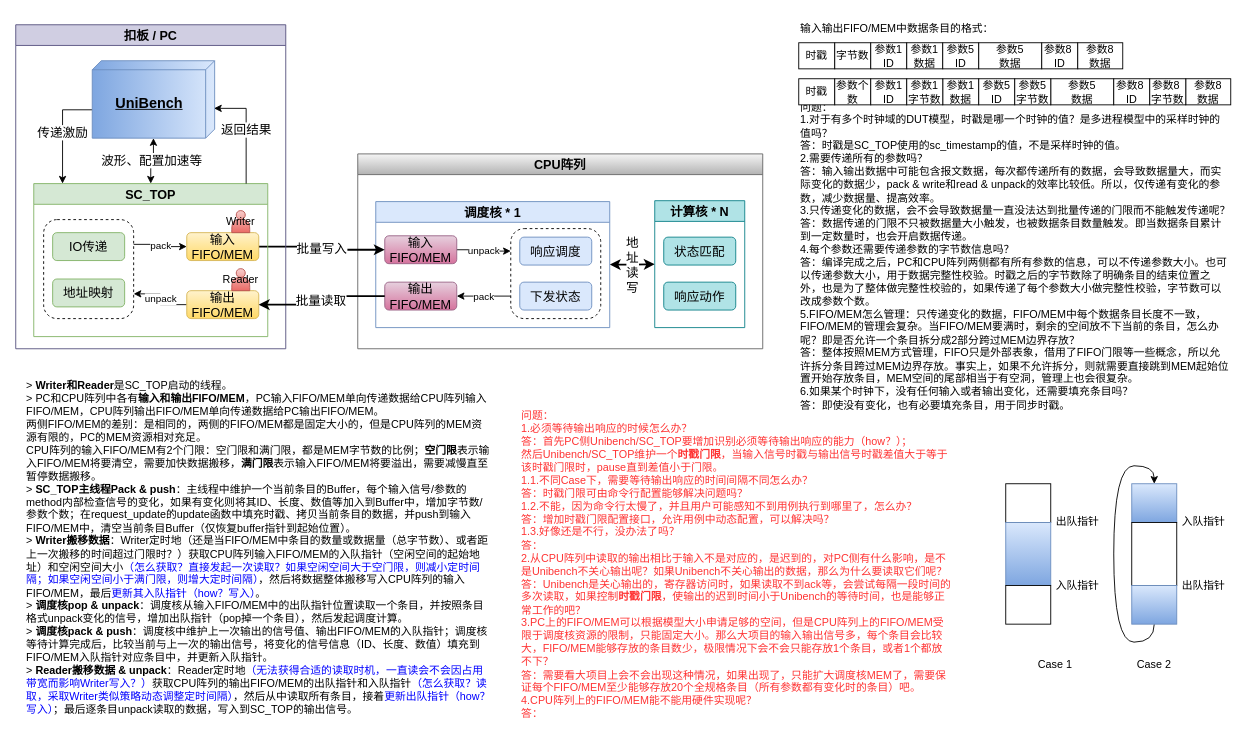
This is page "异步通信" (2 of 2) of verilator_digrams/aync_comm.drawio from Dercury/CLDK, a draw.io file, before an edit. Source tidied: cells renumbered, new cells numbered last; positions are measured from the earlier drawing's top-left corner, leaving out a move shared by most shapes. Both pictures are drawn from the tidied source at 90%, with x=0, y=0 at pixel (15, 15).
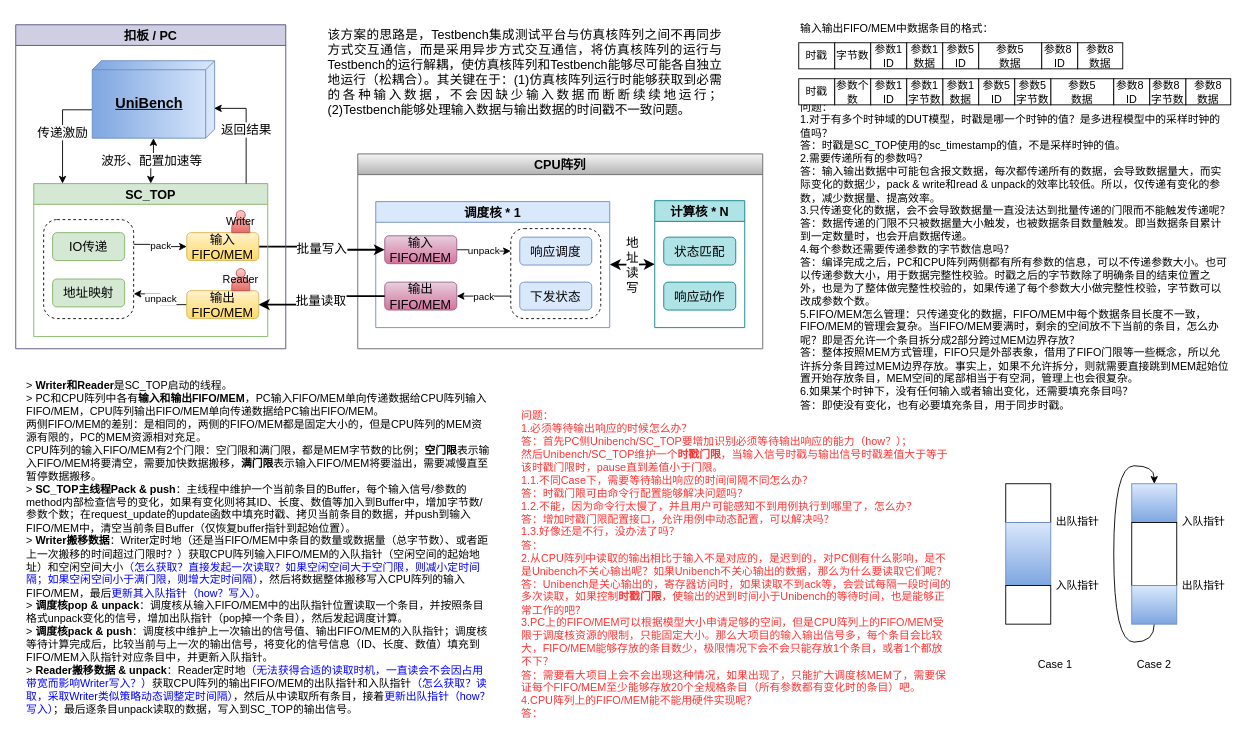
Above is the later version.

The edit, as a diff of the source:
```diff
@@
+    <mxCell id="75" value="&lt;div style=&quot;text-align: justify; font-size: 14px;&quot;&gt;&lt;span style=&quot;background-color: initial; font-size: 14px;&quot;&gt;&lt;font style=&quot;font-size: 14px;&quot; face=&quot;宋体&quot;&gt;该方案的思路是，Testbench集成测试平台与仿真核阵列之间不再同步方式交互通信，而是采用异步方式交互通信，将仿真核阵列的运行与Testbench的运行解耦，使仿真核阵列和Testbench能够尽可能各自独立地运行（松耦合）。其关键在于：(1)仿真核阵列运行时能够获取到必需的各种输入数据，不会因缺少输入数据而断断续续地运行；(2)Testbench能够处理输入数据与输出数据的时间戳不一致问题。&lt;/font&gt;&lt;/span&gt;&lt;/div&gt;" style="text;whiteSpace=wrap;html=1;fontSize=14;" parent="1" vertex="1">
+      <mxGeometry x="345" y="6" width="440" height="114" as="geometry" />
+    </mxCell>
```
